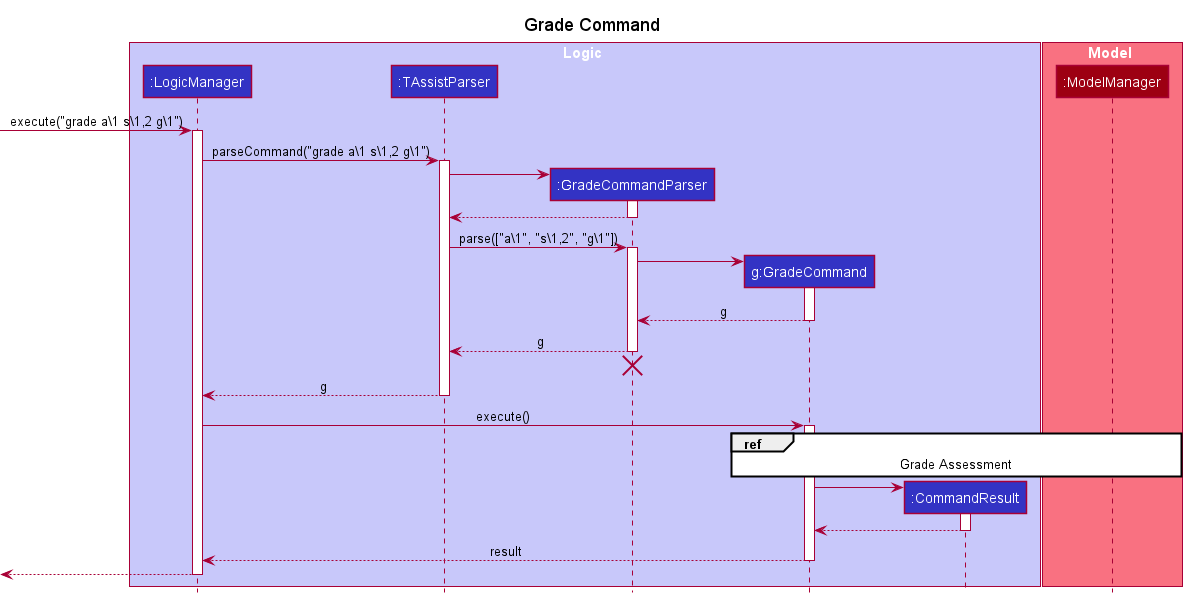
Before: docs/images/GradeSequenceDiagram.png, a diagram exported from PlantUML (nus-cs2103-AY2122S2/tp).
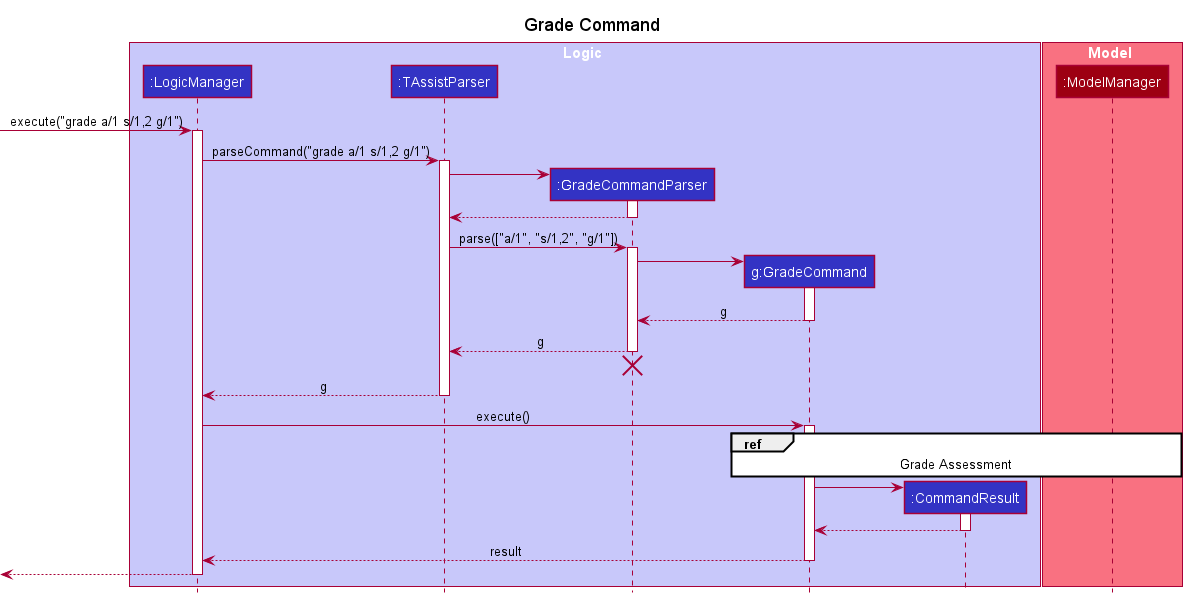
Later version of the same file.

The edit, as a diff of the source:
```diff
@@ -15,10 +15,10 @@
 participant ":ModelManager" as ModelManager MODEL_COLOR
 end box
 
-[-> LogicManager : execute("grade a\1 s\1,2 g\1")
+[-> LogicManager : execute("grade a/1 s/1,2 g/1")
 activate LogicManager
 
-LogicManager -> TAssistParser : parseCommand("grade a\1 s\1,2 g\1")
+LogicManager -> TAssistParser : parseCommand("grade a/1 s/1,2 g/1")
 activate TAssistParser
 
 create GradeCommandParser
@@ -28,7 +28,7 @@
 GradeCommandParser --> TAssistParser
 deactivate GradeCommandParser
 
-TAssistParser -> GradeCommandParser : parse(["a\1", "s\1,2", "g\1"])
+TAssistParser -> GradeCommandParser : parse(["a/1", "s/1,2", "g/1"])
 activate GradeCommandParser
 
 create GradeCommand
```
